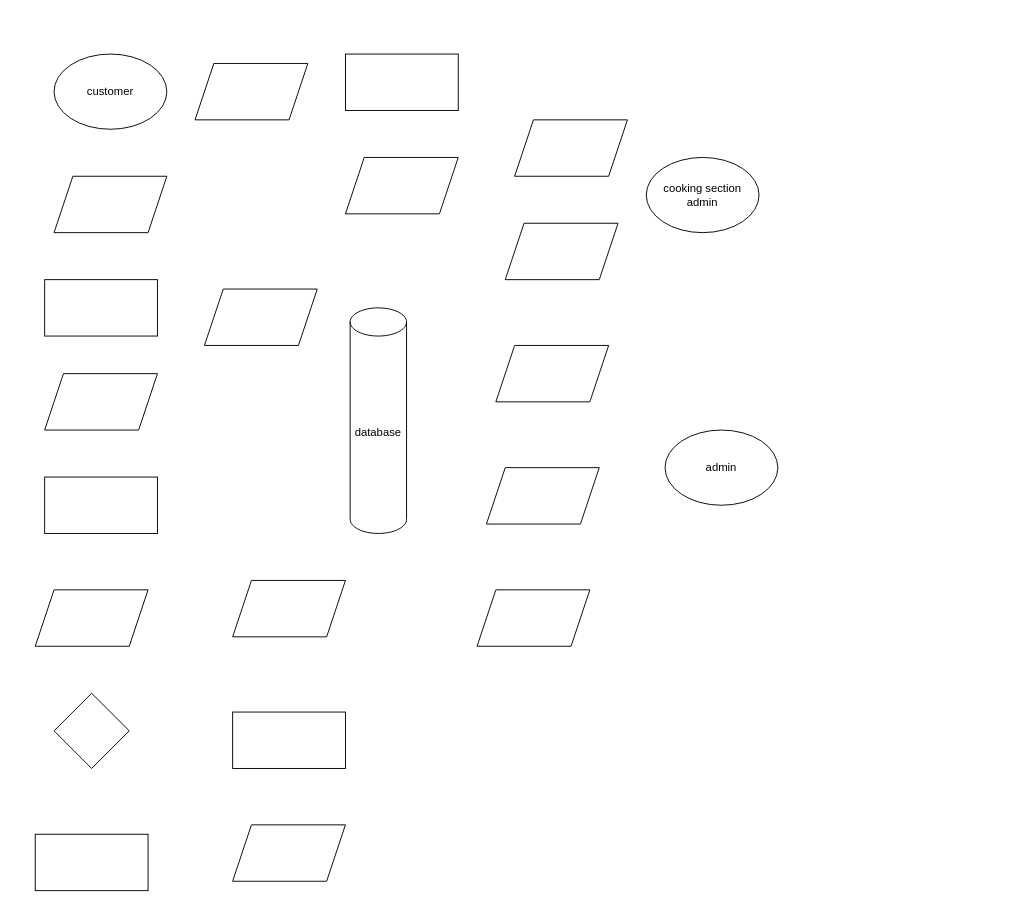
Before: rms 2 Diagram.drawio in deleshan/puthurep, a draw.io diagram. Source tidied: cells renumbered, new cells numbered last; positions are measured from the earlier drawing's top-left corner, leaving out a move shared by most shapes. Both pictures are drawn from the tidied source at 94%, with x=0, y=0 at pixel (35, 54).
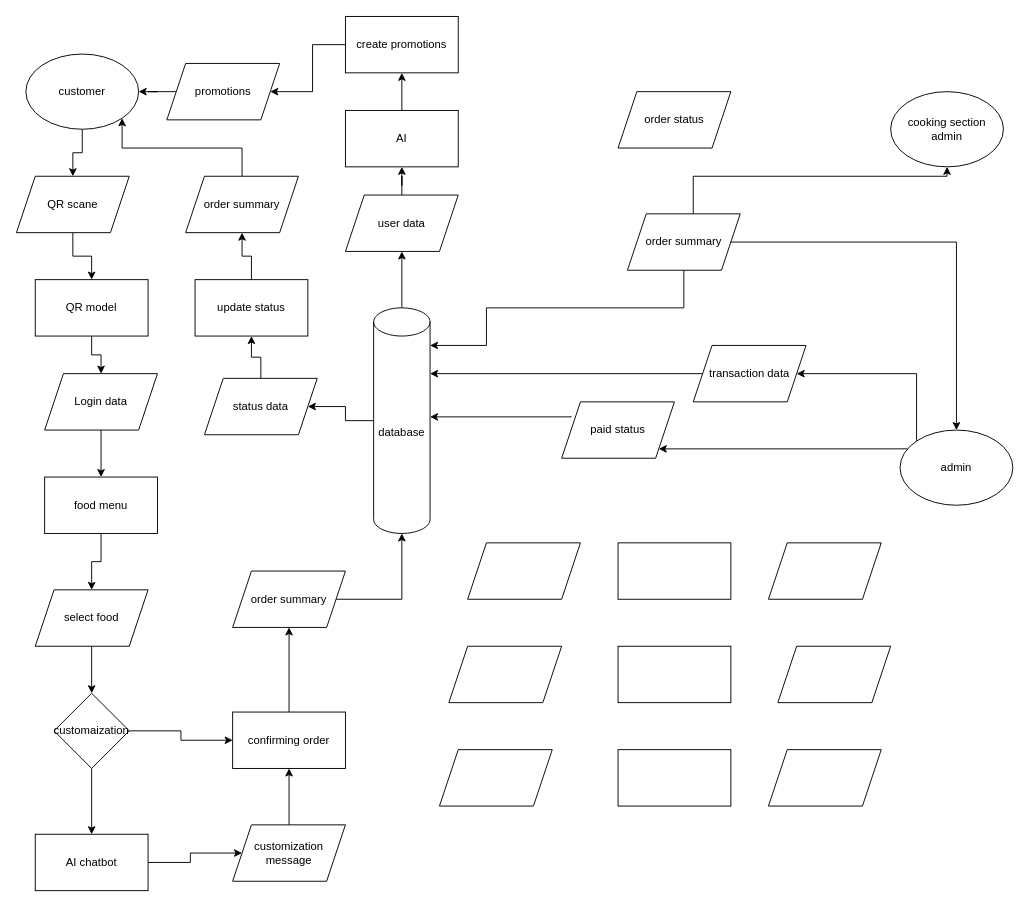
The same page after the edit.

What changed in the source:
```diff
@@
+    <mxCell id="25" style="edgeStyle=orthogonalEdgeStyle;rounded=0;jettySize=auto;html=1;" parent="1" edge="1" source="2" target="8">
+      <mxGeometry relative="1" as="geometry" />
+    </mxCell>
-    <mxCell id="2" style="rounded=0;whiteSpace=wrap;html=1;" parent="1" vertex="1">
-      <mxGeometry x="10" y="240" width="120" height="60" as="geometry" />
+    <mxCell id="2" value="QR model" style="rounded=0;whiteSpace=wrap;html=1;" parent="1" vertex="1">
+      <mxGeometry y="240" width="120" height="60" as="geometry" />
     </mxCell>
+    <mxCell id="26" style="edgeStyle=orthogonalEdgeStyle;rounded=0;jettySize=auto;html=1;" parent="1" edge="1" source="3" target="9">
+      <mxGeometry relative="1" as="geometry" />
+    </mxCell>
-    <mxCell id="3" style="rounded=0;whiteSpace=wrap;html=1;" parent="1" vertex="1">
+    <mxCell id="3" value="food menu" style="rounded=0;whiteSpace=wrap;html=1;" parent="1" vertex="1">
       <mxGeometry x="10" y="450" width="120" height="60" as="geometry" />
     </mxCell>
+    <mxCell id="27" style="edgeStyle=orthogonalEdgeStyle;rounded=0;jettySize=auto;html=1;" parent="1" edge="1" source="4" target="57">
+      <mxGeometry relative="1" as="geometry">
+        <Array as="points">
+          <mxPoint x="850" y="420" />
+          <mxPoint x="850" y="420" />
+        </Array>
+      </mxGeometry>
+    </mxCell>
+    <mxCell id="28" style="edgeStyle=orthogonalEdgeStyle;rounded=0;jettySize=auto;html=1;exitX=0;exitY=0;exitDx=0;exitDy=0;" parent="1" edge="1" source="4" target="55">
+      <mxGeometry relative="1" as="geometry">
+        <Array as="points">
+          <mxPoint x="938" y="340" />
+        </Array>
+      </mxGeometry>
+    </mxCell>
     <mxCell id="4" value="admin" style="ellipse;whiteSpace=wrap;html=1;" parent="1" vertex="1">
-      <mxGeometry x="670" y="400" width="120" height="80" as="geometry" />
+      <mxGeometry x="920" y="400" width="120" height="80" as="geometry" />
     </mxCell>
     <mxCell id="5" value="cooking section admin" style="ellipse;whiteSpace=wrap;html=1;" parent="1" vertex="1">
-      <mxGeometry x="650" y="110" width="120" height="80" as="geometry" />
+      <mxGeometry x="910" y="40" width="120" height="80" as="geometry" />
     </mxCell>
+    <mxCell id="29" style="edgeStyle=orthogonalEdgeStyle;rounded=0;jettySize=auto;html=1;" parent="1" edge="1" source="6" target="15">
+      <mxGeometry relative="1" as="geometry" />
+    </mxCell>
+    <mxCell id="30" style="edgeStyle=orthogonalEdgeStyle;rounded=0;jettySize=auto;html=1;" parent="1" edge="1" source="6" target="61">
+      <mxGeometry relative="1" as="geometry" />
+    </mxCell>
     <mxCell id="6" value="database" style="shape=cylinder3;whiteSpace=wrap;html=1;boundedLbl=1;backgroundOutline=1;size=15;" parent="1" vertex="1">
-      <mxGeometry x="335" y="270" width="60" height="240" as="geometry" />
+      <mxGeometry x="360" y="270" width="60" height="240" as="geometry" />
     </mxCell>
+    <mxCell id="31" style="edgeStyle=orthogonalEdgeStyle;rounded=0;jettySize=auto;html=1;" parent="1" edge="1" source="7" target="2">
+      <mxGeometry relative="1" as="geometry" />
+    </mxCell>
-    <mxCell id="7" style="shape=parallelogram;perimeter=parallelogramPerimeter;whiteSpace=wrap;html=1;fixedSize=1;" parent="1" vertex="1">
-      <mxGeometry x="20" y="130" width="120" height="60" as="geometry" />
+    <mxCell id="7" value="QR scane" style="shape=parallelogram;perimeter=parallelogramPerimeter;whiteSpace=wrap;html=1;fixedSize=1;" parent="1" vertex="1">
+      <mxGeometry x="-20" y="130" width="120" height="60" as="geometry" />
     </mxCell>
+    <mxCell id="32" style="edgeStyle=orthogonalEdgeStyle;rounded=0;jettySize=auto;html=1;" parent="1" edge="1" source="8" target="3">
+      <mxGeometry relative="1" as="geometry" />
+    </mxCell>
-    <mxCell id="8" style="shape=parallelogram;perimeter=parallelogramPerimeter;whiteSpace=wrap;html=1;fixedSize=1;" parent="1" vertex="1">
+    <mxCell id="8" value="Login data" style="shape=parallelogram;perimeter=parallelogramPerimeter;whiteSpace=wrap;html=1;fixedSize=1;" parent="1" vertex="1">
       <mxGeometry x="10" y="340" width="120" height="60" as="geometry" />
     </mxCell>
+    <mxCell id="33" style="edgeStyle=orthogonalEdgeStyle;rounded=0;jettySize=auto;html=1;" parent="1" edge="1" source="9" target="10">
+      <mxGeometry relative="1" as="geometry" />
+    </mxCell>
-    <mxCell id="9" style="shape=parallelogram;perimeter=parallelogramPerimeter;whiteSpace=wrap;html=1;fixedSize=1;" parent="1" vertex="1">
+    <mxCell id="9" value="select food" style="shape=parallelogram;perimeter=parallelogramPerimeter;whiteSpace=wrap;html=1;fixedSize=1;" parent="1" vertex="1">
       <mxGeometry y="570" width="120" height="60" as="geometry" />
     </mxCell>
+    <mxCell id="34" style="edgeStyle=orthogonalEdgeStyle;rounded=0;jettySize=auto;html=1;" parent="1" edge="1" source="10" target="11">
+      <mxGeometry relative="1" as="geometry" />
+    </mxCell>
+    <mxCell id="35" style="edgeStyle=orthogonalEdgeStyle;rounded=0;jettySize=auto;html=1;" parent="1" edge="1" source="10" target="13">
+      <mxGeometry relative="1" as="geometry" />
+    </mxCell>
-    <mxCell id="10" style="rhombus;whiteSpace=wrap;html=1;" parent="1" vertex="1">
+    <mxCell id="10" value="customaization" style="rhombus;whiteSpace=wrap;html=1;" parent="1" vertex="1">
       <mxGeometry x="20" y="680" width="80" height="80" as="geometry" />
     </mxCell>
+    <mxCell id="36" style="edgeStyle=orthogonalEdgeStyle;rounded=0;jettySize=auto;html=1;" parent="1" edge="1" source="11" target="12">
+      <mxGeometry relative="1" as="geometry" />
+    </mxCell>
-    <mxCell id="11" style="rounded=0;whiteSpace=wrap;html=1;" parent="1" vertex="1">
+    <mxCell id="11" value="AI chatbot" style="rounded=0;whiteSpace=wrap;html=1;" parent="1" vertex="1">
       <mxGeometry y="830" width="120" height="60" as="geometry" />
     </mxCell>
+    <mxCell id="37" style="edgeStyle=orthogonalEdgeStyle;rounded=0;jettySize=auto;html=1;" parent="1" edge="1" source="12" target="13">
+      <mxGeometry relative="1" as="geometry" />
+    </mxCell>
-    <mxCell id="12" style="shape=parallelogram;perimeter=parallelogramPerimeter;whiteSpace=wrap;html=1;fixedSize=1;" parent="1" vertex="1">
+    <mxCell id="12" value="customization message" style="shape=parallelogram;perimeter=parallelogramPerimeter;whiteSpace=wrap;html=1;fixedSize=1;" parent="1" vertex="1">
       <mxGeometry x="210" y="820" width="120" height="60" as="geometry" />
     </mxCell>
+    <mxCell id="38" style="edgeStyle=orthogonalEdgeStyle;rounded=0;jettySize=auto;html=1;" parent="1" edge="1" source="13" target="14">
+      <mxGeometry relative="1" as="geometry" />
+    </mxCell>
-    <mxCell id="13" style="rounded=0;whiteSpace=wrap;html=1;" parent="1" vertex="1">
+    <mxCell id="13" value="confirming order" style="rounded=0;whiteSpace=wrap;html=1;" parent="1" vertex="1">
       <mxGeometry x="210" y="700" width="120" height="60" as="geometry" />
     </mxCell>
+    <mxCell id="39" style="edgeStyle=orthogonalEdgeStyle;rounded=0;jettySize=auto;html=1;" parent="1" edge="1" source="14" target="6">
+      <mxGeometry relative="1" as="geometry" />
+    </mxCell>
-    <mxCell id="14" style="shape=parallelogram;perimeter=parallelogramPerimeter;whiteSpace=wrap;html=1;fixedSize=1;" parent="1" vertex="1">
-      <mxGeometry x="210" y="560" width="120" height="60" as="geometry" />
+    <mxCell id="14" value="order summary" style="shape=parallelogram;perimeter=parallelogramPerimeter;whiteSpace=wrap;html=1;fixedSize=1;" parent="1" vertex="1">
+      <mxGeometry x="210" y="550" width="120" height="60" as="geometry" />
     </mxCell>
+    <mxCell id="40" style="edgeStyle=orthogonalEdgeStyle;rounded=0;jettySize=auto;html=1;" parent="1" edge="1" source="15" target="16">
+      <mxGeometry relative="1" as="geometry" />
+    </mxCell>
-    <mxCell id="15" style="shape=parallelogram;perimeter=parallelogramPerimeter;whiteSpace=wrap;html=1;fixedSize=1;" parent="1" vertex="1">
-      <mxGeometry x="330" y="110" width="120" height="60" as="geometry" />
+    <mxCell id="15" value="user data" style="shape=parallelogram;perimeter=parallelogramPerimeter;whiteSpace=wrap;html=1;fixedSize=1;" parent="1" vertex="1">
+      <mxGeometry x="330" y="150" width="120" height="60" as="geometry" />
     </mxCell>
+    <mxCell id="41" style="edgeStyle=orthogonalEdgeStyle;rounded=0;jettySize=auto;html=1;" parent="1" edge="1" source="16" target="63">
+      <mxGeometry relative="1" as="geometry" />
+    </mxCell>
-    <mxCell id="16" style="rounded=0;whiteSpace=wrap;html=1;" parent="1" vertex="1">
-      <mxGeometry x="330" width="120" height="60" as="geometry" />
+    <mxCell id="16" value="AI" style="rounded=0;whiteSpace=wrap;html=1;" parent="1" vertex="1">
+      <mxGeometry x="330" y="60" width="120" height="60" as="geometry" />
     </mxCell>
+    <mxCell id="42" style="edgeStyle=orthogonalEdgeStyle;rounded=0;jettySize=auto;html=1;" parent="1" edge="1" source="17" target="24">
+      <mxGeometry relative="1" as="geometry" />
+    </mxCell>
-    <mxCell id="17" style="shape=parallelogram;perimeter=parallelogramPerimeter;whiteSpace=wrap;html=1;fixedSize=1;" parent="1" vertex="1">
-      <mxGeometry x="170" y="10" width="120" height="60" as="geometry" />
+    <mxCell id="17" value="promotions" style="shape=parallelogram;perimeter=parallelogramPerimeter;whiteSpace=wrap;html=1;fixedSize=1;" parent="1" vertex="1">
+      <mxGeometry x="140" y="10" width="120" height="60" as="geometry" />
     </mxCell>
-    <mxCell id="18" style="shape=parallelogram;perimeter=parallelogramPerimeter;whiteSpace=wrap;html=1;fixedSize=1;" parent="1" vertex="1">
-      <mxGeometry x="510" y="70" width="120" height="60" as="geometry" />
+    <mxCell id="18" value="order status" style="shape=parallelogram;perimeter=parallelogramPerimeter;whiteSpace=wrap;html=1;fixedSize=1;" parent="1" vertex="1">
+      <mxGeometry x="620" y="40" width="120" height="60" as="geometry" />
     </mxCell>
+    <mxCell id="43" style="edgeStyle=orthogonalEdgeStyle;rounded=0;jettySize=auto;html=1;" parent="1" edge="1" source="19" target="6">
+      <mxGeometry relative="1" as="geometry">
+        <Array as="points">
+          <mxPoint x="480" y="270" />
+          <mxPoint x="480" y="310" />
+        </Array>
+      </mxGeometry>
+    </mxCell>
+    <mxCell id="44" style="edgeStyle=orthogonalEdgeStyle;rounded=0;jettySize=auto;html=1;entryX=0.5;entryY=0;entryDx=0;entryDy=0;" parent="1" edge="1" source="19" target="4">
+      <mxGeometry relative="1" as="geometry" />
+    </mxCell>
+    <mxCell id="45" style="edgeStyle=orthogonalEdgeStyle;rounded=0;jettySize=auto;html=1;" parent="1" edge="1" source="19" target="5">
+      <mxGeometry relative="1" as="geometry">
+        <Array as="points">
+          <mxPoint x="700" y="130" />
+          <mxPoint x="970" y="130" />
+        </Array>
+      </mxGeometry>
+    </mxCell>
-    <mxCell id="19" style="shape=parallelogram;perimeter=parallelogramPerimeter;whiteSpace=wrap;html=1;fixedSize=1;" parent="1" vertex="1">
-      <mxGeometry x="500" y="180" width="120" height="60" as="geometry" />
+    <mxCell id="19" value="order summary" style="shape=parallelogram;perimeter=parallelogramPerimeter;whiteSpace=wrap;html=1;fixedSize=1;" parent="1" vertex="1">
+      <mxGeometry x="630" y="170" width="120" height="60" as="geometry" />
     </mxCell>
+    <mxCell id="46" style="edgeStyle=orthogonalEdgeStyle;rounded=0;jettySize=auto;html=1;entryX=1;entryY=1;entryDx=0;entryDy=0;" parent="1" edge="1" source="20" target="24">
+      <mxGeometry relative="1" as="geometry">
+        <Array as="points">
+          <mxPoint x="220" y="100" />
+          <mxPoint x="92" y="100" />
+        </Array>
+      </mxGeometry>
+    </mxCell>
-    <mxCell id="20" style="shape=parallelogram;perimeter=parallelogramPerimeter;whiteSpace=wrap;html=1;fixedSize=1;" parent="1" vertex="1">
-      <mxGeometry x="180" y="250" width="120" height="60" as="geometry" />
+    <mxCell id="20" value="order summary" style="shape=parallelogram;perimeter=parallelogramPerimeter;whiteSpace=wrap;html=1;fixedSize=1;" parent="1" vertex="1">
+      <mxGeometry x="160" y="130" width="120" height="60" as="geometry" />
     </mxCell>
     <mxCell id="21" style="shape=parallelogram;perimeter=parallelogramPerimeter;whiteSpace=wrap;html=1;fixedSize=1;" parent="1" vertex="1">
-      <mxGeometry x="490" y="310" width="120" height="60" as="geometry" />
+      <mxGeometry x="460" y="520" width="120" height="60" as="geometry" />
     </mxCell>
     <mxCell id="22" style="shape=parallelogram;perimeter=parallelogramPerimeter;whiteSpace=wrap;html=1;fixedSize=1;" parent="1" vertex="1">
-      <mxGeometry x="480" y="440" width="120" height="60" as="geometry" />
+      <mxGeometry x="440" y="630" width="120" height="60" as="geometry" />
     </mxCell>
     <mxCell id="23" style="shape=parallelogram;perimeter=parallelogramPerimeter;whiteSpace=wrap;html=1;fixedSize=1;" parent="1" vertex="1">
-      <mxGeometry x="470" y="570" width="120" height="60" as="geometry" />
+      <mxGeometry x="430" y="740" width="120" height="60" as="geometry" />
     </mxCell>
+    <mxCell id="47" style="edgeStyle=orthogonalEdgeStyle;rounded=0;jettySize=auto;html=1;" parent="1" edge="1" source="24" target="7">
+      <mxGeometry relative="1" as="geometry" />
+    </mxCell>
     <mxCell id="24" value="customer" style="ellipse;whiteSpace=wrap;html=1;" parent="1" vertex="1">
-      <mxGeometry x="20" width="120" height="80" as="geometry" />
+      <mxGeometry x="-10" width="120" height="80" as="geometry" />
     </mxCell>
+    <mxCell id="48" style="rounded=0;whiteSpace=wrap;html=1;" parent="1" vertex="1">
+      <mxGeometry x="620" y="520" width="120" height="60" as="geometry" />
+    </mxCell>
+    <mxCell id="49" style="shape=parallelogram;perimeter=parallelogramPerimeter;whiteSpace=wrap;html=1;fixedSize=1;" parent="1" vertex="1">
+      <mxGeometry x="780" y="520" width="120" height="60" as="geometry" />
+    </mxCell>
+    <mxCell id="50" style="rounded=0;whiteSpace=wrap;html=1;" parent="1" vertex="1">
+      <mxGeometry x="620" y="630" width="120" height="60" as="geometry" />
+    </mxCell>
+    <mxCell id="51" style="shape=parallelogram;perimeter=parallelogramPerimeter;whiteSpace=wrap;html=1;fixedSize=1;" parent="1" vertex="1">
+      <mxGeometry x="790" y="630" width="120" height="60" as="geometry" />
+    </mxCell>
+    <mxCell id="52" style="rounded=0;whiteSpace=wrap;html=1;" parent="1" vertex="1">
+      <mxGeometry x="620" y="740" width="120" height="60" as="geometry" />
+    </mxCell>
+    <mxCell id="53" style="shape=parallelogram;perimeter=parallelogramPerimeter;whiteSpace=wrap;html=1;fixedSize=1;" parent="1" vertex="1">
+      <mxGeometry x="780" y="740" width="120" height="60" as="geometry" />
+    </mxCell>
+    <mxCell id="54" style="edgeStyle=orthogonalEdgeStyle;rounded=0;jettySize=auto;html=1;" parent="1" edge="1" source="55" target="6">
+      <mxGeometry relative="1" as="geometry">
+        <Array as="points">
+          <mxPoint x="490" y="340" />
+          <mxPoint x="490" y="340" />
+        </Array>
+      </mxGeometry>
+    </mxCell>
+    <mxCell id="55" value="transaction data" style="shape=parallelogram;perimeter=parallelogramPerimeter;whiteSpace=wrap;html=1;fixedSize=1;" parent="1" vertex="1">
+      <mxGeometry x="700" y="310" width="120" height="60" as="geometry" />
+    </mxCell>
+    <mxCell id="56" style="edgeStyle=orthogonalEdgeStyle;rounded=0;jettySize=auto;html=1;" parent="1" edge="1" target="6">
+      <mxGeometry relative="1" as="geometry">
+        <mxPoint x="570" y="385" as="sourcePoint" />
+        <Array as="points">
+          <mxPoint x="570" y="386" />
+        </Array>
+      </mxGeometry>
+    </mxCell>
+    <mxCell id="57" value="paid status" style="shape=parallelogram;perimeter=parallelogramPerimeter;whiteSpace=wrap;html=1;fixedSize=1;" parent="1" vertex="1">
+      <mxGeometry x="560" y="370" width="120" height="60" as="geometry" />
+    </mxCell>
+    <mxCell id="58" style="edgeStyle=orthogonalEdgeStyle;rounded=0;jettySize=auto;html=1;" parent="1" edge="1" source="59" target="20">
+      <mxGeometry relative="1" as="geometry" />
+    </mxCell>
+    <mxCell id="59" value="update status" style="rounded=0;whiteSpace=wrap;html=1;" parent="1" vertex="1">
+      <mxGeometry x="170" y="240" width="120" height="60" as="geometry" />
+    </mxCell>
+    <mxCell id="60" style="edgeStyle=orthogonalEdgeStyle;rounded=0;jettySize=auto;html=1;" parent="1" edge="1" source="61" target="59">
+      <mxGeometry relative="1" as="geometry" />
+    </mxCell>
+    <mxCell id="61" value="status data" style="shape=parallelogram;perimeter=parallelogramPerimeter;whiteSpace=wrap;html=1;fixedSize=1;" parent="1" vertex="1">
+      <mxGeometry x="180" y="345" width="120" height="60" as="geometry" />
+    </mxCell>
+    <mxCell id="62" style="edgeStyle=orthogonalEdgeStyle;rounded=0;jettySize=auto;html=1;" parent="1" edge="1" source="63" target="17">
+      <mxGeometry relative="1" as="geometry" />
+    </mxCell>
+    <mxCell id="63" value="create promotions" style="rounded=0;whiteSpace=wrap;html=1;" parent="1" vertex="1">
+      <mxGeometry x="330" y="-40" width="120" height="60" as="geometry" />
+    </mxCell>
```
